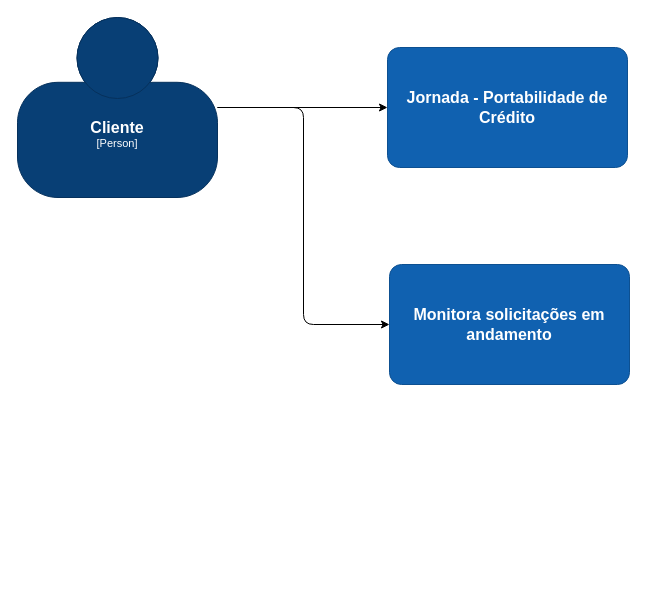
Before: page "Jornada Portabilidade de Credito" (1 of 25) of portabilidade_credito.drawio in andreferreiratrindade/portabilidade_credito_draw, a draw.io diagram. Source tidied: cells renumbered, new cells numbered last; positions are measured from the earlier drawing's top-left corner, leaving out a move shared by most shapes. Both pictures are drawn from the tidied source at 100%, with x=0, y=0 at pixel (17, 17).
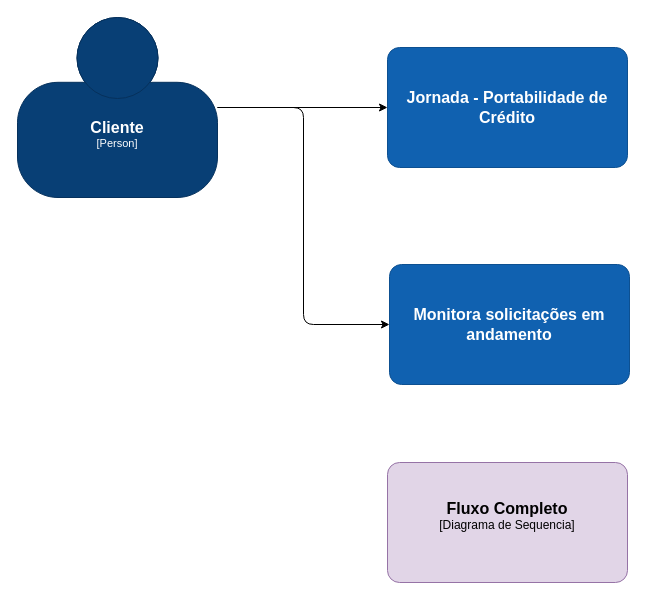
The same diagram, later.

Commit message (it also covers changes not shown here):
Adiciona fluxo completo.svg

Change to the diagram source:
```diff
@@
 <mxGraphModel>
   <root>
     <mxCell id="0" />
     <mxCell id="1" parent="0" />
     <object id="2" label="&lt;font style=&quot;font-size: 16px&quot;&gt;&lt;b&gt;%c4Name%&lt;/b&gt;&lt;/font&gt;&lt;div&gt;[%c4Type%]&lt;/div&gt;&lt;br&gt;&lt;div&gt;&lt;font style=&quot;font-size: 11px&quot;&gt;&lt;font color=&quot;#cccccc&quot;&gt;%c4Description%&lt;/font&gt;&lt;/div&gt;" c4Description="" c4Name="Cliente" c4Type="Person" placeholders="1">
       <mxCell style="html=1;fontSize=11;dashed=0;whiteSpace=wrap;fillColor=#083F75;strokeColor=#06315C;fontColor=#ffffff;shape=mxgraph.c4.person2;align=center;points=[[0.5,0,0],[1,0.5,0],[1,0.75,0],[0.75,1,0],[0.5,1,0],[0.25,1,0],[0,0.75,0],[0,0.5,0]];" parent="1" vertex="1">
         <mxGeometry width="200" height="180" as="geometry" />
       </mxCell>
     </object>
     <object id="3" label="&lt;font style=&quot;font-size: 16px&quot;&gt;&lt;b&gt;%c4Name%&lt;/b&gt;&lt;/font&gt;&lt;br&gt;&lt;div&gt;&lt;font style=&quot;font-size: 11px&quot;&gt;&lt;font color=&quot;#cccccc&quot;&gt;%c4Description%&lt;/font&gt;&lt;/div&gt;" c4Description="" c4Name="Jornada - Portabilidade de Crédito" placeholders="1">
       <mxCell style="rounded=1;whiteSpace=wrap;html=1;labelBackgroundColor=none;fillColor=#1061B0;fontColor=#ffffff;align=center;arcSize=10;strokeColor=#0D5091;points=[[0.25,0,0],[0.5,0,0],[0.75,0,0],[1,0.25,0],[1,0.5,0],[1,0.75,0],[0.75,1,0],[0.5,1,0],[0.25,1,0],[0,0.75,0],[0,0.5,0],[0,0.25,0]];" parent="1" vertex="1">
         <mxGeometry x="370" y="30" width="240" height="120" as="geometry" />
       </mxCell>
     </object>
     <mxCell id="4" style="edgeStyle=orthogonalEdgeStyle;rounded=0;jettySize=auto;html=1;entryX=0;entryY=0.5;entryDx=0;entryDy=0;entryPerimeter=0;" parent="1" edge="1" source="2" target="3">
       <mxGeometry relative="1" as="geometry" />
     </mxCell>
     <object id="5" label="&lt;font style=&quot;font-size: 16px&quot;&gt;&lt;b&gt;%c4Name%&lt;/b&gt;&lt;/font&gt;&lt;br&gt;&lt;div&gt;&lt;font style=&quot;font-size: 11px&quot;&gt;&lt;font color=&quot;#cccccc&quot;&gt;%c4Description%&lt;/font&gt;&lt;/div&gt;" c4Description="" c4Name="Monitora solicitações em andamento" placeholders="1">
       <mxCell style="rounded=1;whiteSpace=wrap;html=1;labelBackgroundColor=none;fillColor=#1061B0;fontColor=#ffffff;align=center;arcSize=10;strokeColor=#0D5091;points=[[0.25,0,0],[0.5,0,0],[0.75,0,0],[1,0.25,0],[1,0.5,0],[1,0.75,0],[0.75,1,0],[0.5,1,0],[0.25,1,0],[0,0.75,0],[0,0.5,0],[0,0.25,0]];" parent="1" vertex="1">
         <mxGeometry x="372" y="247" width="240" height="120" as="geometry" />
       </mxCell>
     </object>
     <mxCell id="6" style="edgeStyle=orthogonalEdgeStyle;rounded=1;jettySize=auto;html=1;entryX=0;entryY=0.5;entryDx=0;entryDy=0;entryPerimeter=0;curved=0;" parent="1" edge="1" source="2" target="5">
       <mxGeometry relative="1" as="geometry" />
     </mxCell>
+    <object id="7" label="&lt;font style=&quot;font-size: 16px&quot;&gt;&lt;b&gt;%c4Name%&lt;/b&gt;&lt;/font&gt;&lt;div&gt;[%c4Type%]&lt;/div&gt;&lt;br&gt;&lt;div&gt;&lt;font style=&quot;font-size: 11px&quot;&gt;&lt;font color=&quot;#cccccc&quot;&gt;%c4Description%&lt;/font&gt;&lt;/div&gt;" c4Description="" c4Name="Fluxo Completo" c4Type="Diagrama de Sequencia" placeholders="1">
+      <mxCell style="rounded=1;whiteSpace=wrap;html=1;labelBackgroundColor=none;fillColor=#e1d5e7;align=center;arcSize=10;strokeColor=#9673a6;" parent="1" vertex="1">
+        <mxGeometry x="370" y="445" width="240" height="120" as="geometry" />
+      </mxCell>
+    </object>
   </root>
 </mxGraphModel>
```
